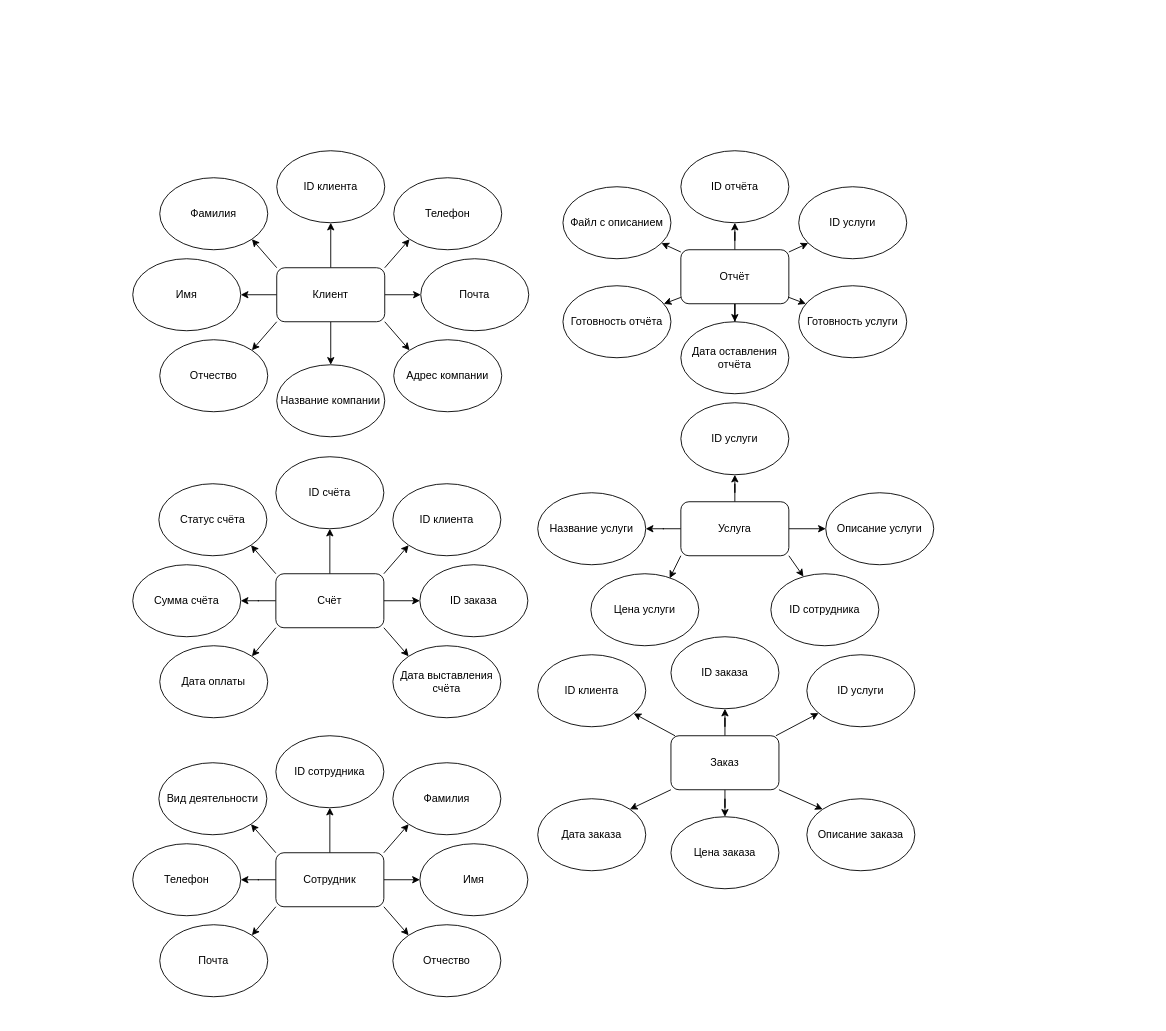
The draw.io diagram Консалтинг(переместить).drawio in llladno/Delf, before the edit. Source tidied: cells renumbered, new cells numbered last; positions are measured from the earlier drawing's top-left corner, leaving out a move shared by most shapes. Both pictures are drawn from the tidied source at 90%, with x=0, y=0 at pixel (132, 150).
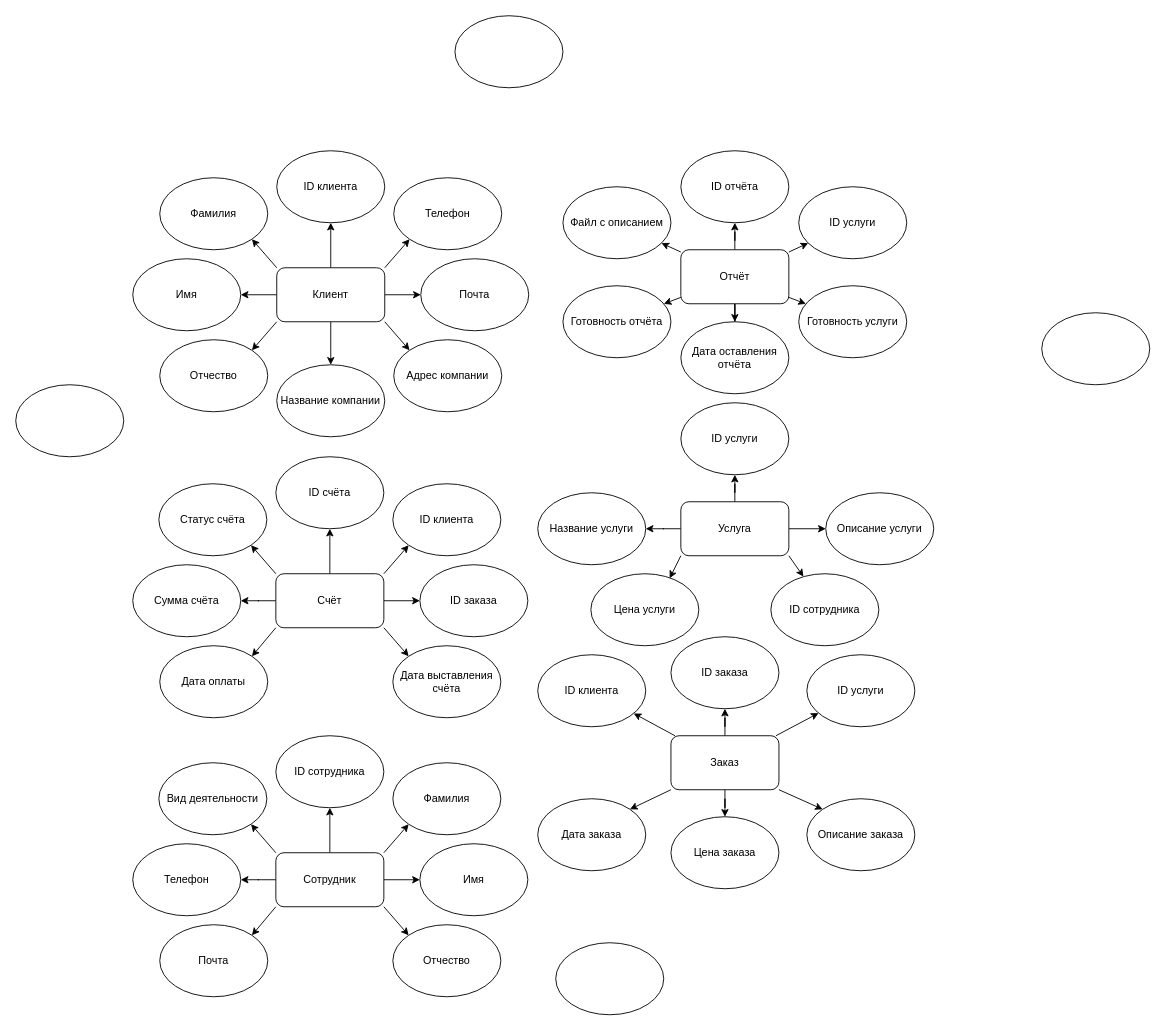
Above is the later version.

The edit, as a diff of the source:
```diff
@@
+    <mxCell id="86" style="ellipse;whiteSpace=wrap;html=1;" parent="1" vertex="1">
+      <mxGeometry x="358" y="-150" width="120" height="80" as="geometry" />
+    </mxCell>
+    <mxCell id="87" style="ellipse;whiteSpace=wrap;html=1;" parent="1" vertex="1">
+      <mxGeometry x="1010" y="180" width="120" height="80" as="geometry" />
+    </mxCell>
+    <mxCell id="88" style="ellipse;whiteSpace=wrap;html=1;" parent="1" vertex="1">
+      <mxGeometry x="-130" y="260" width="120" height="80" as="geometry" />
+    </mxCell>
+    <mxCell id="89" style="ellipse;whiteSpace=wrap;html=1;" parent="1" vertex="1">
+      <mxGeometry x="470" y="880" width="120" height="80" as="geometry" />
+    </mxCell>
```
